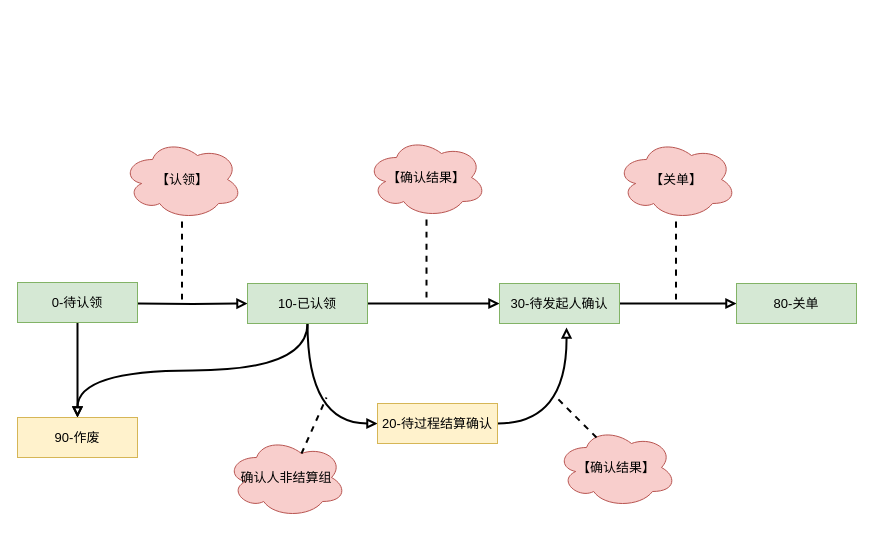
Before: page "状态图转换" (3 of 3) of 信航中心.drawio in satcon/MyBlog, a draw.io diagram. Source tidied: cells renumbered, new cells numbered last; positions are measured from the earlier drawing's top-left corner, leaving out a move shared by most shapes. Both pictures are drawn from the tidied source at 100%, with x=0, y=0 at pixel (17, 137).
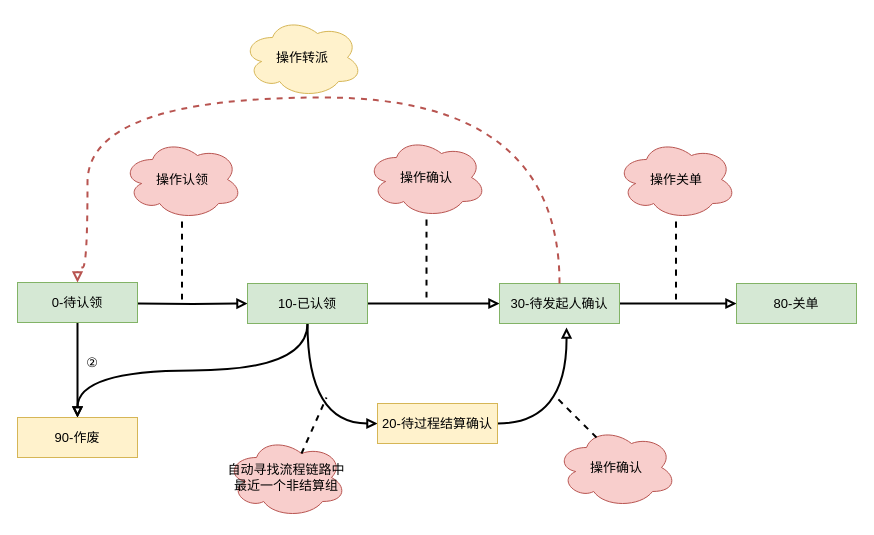
The same page after the edit.

Unchanged cells that the change refers to:
```xml
<mxCell id="4" value="0-待认领" style="rounded=0;whiteSpace=wrap;html=1;fontSize=13;glass=0;strokeWidth=1;shadow=0;fillColor=#d5e8d4;strokeColor=#82b366;" parent="1" vertex="1">
  <mxGeometry y="145" width="120" height="40" as="geometry" />
</mxCell>
<mxCell id="10" value="30-待发起人确认" style="rounded=0;whiteSpace=wrap;html=1;fontSize=13;glass=0;strokeWidth=1;shadow=0;fillColor=#d5e8d4;strokeColor=#82b366;" parent="1" vertex="1">
  <mxGeometry x="482" y="146" width="120" height="40" as="geometry" />
</mxCell>
```

What changed in the source:
```diff
@@
-    <mxCell id="14" value="【认领】" style="ellipse;shape=cloud;whiteSpace=wrap;html=1;rounded=0;fontSize=13;fillColor=#f8cecc;strokeColor=#b85450;" parent="1" vertex="1">
+    <mxCell id="14" value="操作认领" style="ellipse;shape=cloud;whiteSpace=wrap;html=1;rounded=0;fontSize=13;fillColor=#f8cecc;strokeColor=#b85450;" parent="1" vertex="1">
       <mxGeometry x="105" y="2" width="120" height="80" as="geometry" />
     </mxCell>
-    <mxCell id="15" value="【确认结果】" style="ellipse;shape=cloud;whiteSpace=wrap;html=1;rounded=0;fontSize=13;fillColor=#f8cecc;strokeColor=#b85450;" parent="1" vertex="1">
+    <mxCell id="15" value="操作确认" style="ellipse;shape=cloud;whiteSpace=wrap;html=1;rounded=0;fontSize=13;fillColor=#f8cecc;strokeColor=#b85450;" parent="1" vertex="1">
       <mxGeometry x="349" width="120" height="80" as="geometry" />
     </mxCell>
@@
-    <mxCell id="18" value="【关单】" style="ellipse;shape=cloud;whiteSpace=wrap;html=1;rounded=0;fontSize=13;fillColor=#f8cecc;strokeColor=#b85450;" parent="1" vertex="1">
+    <mxCell id="18" value="操作关单" style="ellipse;shape=cloud;whiteSpace=wrap;html=1;rounded=0;fontSize=13;fillColor=#f8cecc;strokeColor=#b85450;" parent="1" vertex="1">
       <mxGeometry x="599" y="2" width="120" height="80" as="geometry" />
     </mxCell>
@@
-    <mxCell id="20" value="确认人非结算组" style="ellipse;shape=cloud;whiteSpace=wrap;html=1;rounded=0;fontSize=13;fillColor=#f8cecc;strokeColor=#b85450;" parent="1" vertex="1">
+    <mxCell id="20" value="自动寻找流程链路中最近一个非结算组" style="ellipse;shape=cloud;whiteSpace=wrap;html=1;rounded=0;fontSize=13;fillColor=#f8cecc;strokeColor=#b85450;" parent="1" vertex="1">
       <mxGeometry x="209" y="300" width="120" height="80" as="geometry" />
     </mxCell>
@@
-    <mxCell id="23" value="【确认结果】" style="ellipse;shape=cloud;whiteSpace=wrap;html=1;rounded=0;fontSize=13;fillColor=#f8cecc;strokeColor=#b85450;" parent="1" vertex="1">
+    <mxCell id="23" value="操作确认" style="ellipse;shape=cloud;whiteSpace=wrap;html=1;rounded=0;fontSize=13;fillColor=#f8cecc;strokeColor=#b85450;" parent="1" vertex="1">
       <mxGeometry x="539" y="290" width="120" height="80" as="geometry" />
     </mxCell>
@@
+    <mxCell id="25" style="edgeStyle=orthogonalEdgeStyle;curved=1;jettySize=auto;html=1;strokeWidth=2;fontSize=13;fontColor=#000000;endArrow=block;endFill=0;exitX=0.5;exitY=0;exitDx=0;exitDy=0;entryX=0.5;entryY=0;entryDx=0;entryDy=0;dashed=1;fillColor=#f8cecc;strokeColor=#b85450;" parent="1" edge="1" source="10" target="4">
+      <mxGeometry relative="1" as="geometry">
+        <Array as="points">
+          <mxPoint x="542" y="-40" />
+          <mxPoint x="70" y="-40" />
+          <mxPoint x="70" y="130" />
+          <mxPoint x="60" y="130" />
+        </Array>
+      </mxGeometry>
+    </mxCell>
+    <mxCell id="26" value="②" style="text;html=1;strokeColor=none;fillColor=none;align=center;verticalAlign=middle;whiteSpace=wrap;rounded=0;fontSize=13;fontStyle=0;" parent="1" vertex="1">
+      <mxGeometry x="45" y="210" width="60" height="30" as="geometry" />
+    </mxCell>
+    <mxCell id="27" value="操作转派" style="ellipse;shape=cloud;whiteSpace=wrap;html=1;rounded=0;fontSize=13;fillColor=#fff2cc;strokeColor=#d6b656;" parent="1" vertex="1">
+      <mxGeometry x="225" y="-120" width="120" height="80" as="geometry" />
+    </mxCell>
```
